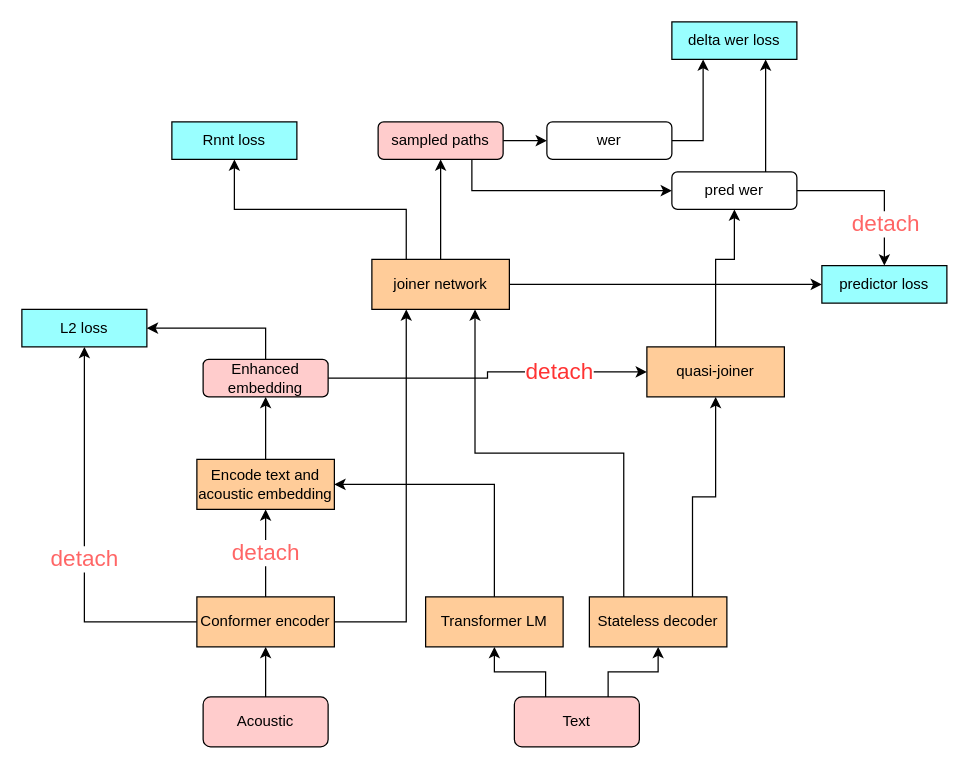
Earlier version of the draw.io diagram work/mbr_structure.drawio (pkufool/drawio). Source tidied: cells renumbered, new cells numbered last; positions are measured from the earlier drawing's top-left corner, leaving out a move shared by most shapes. Both pictures are drawn from the tidied source at 125%, with x=0, y=0 at pixel (21, 21).
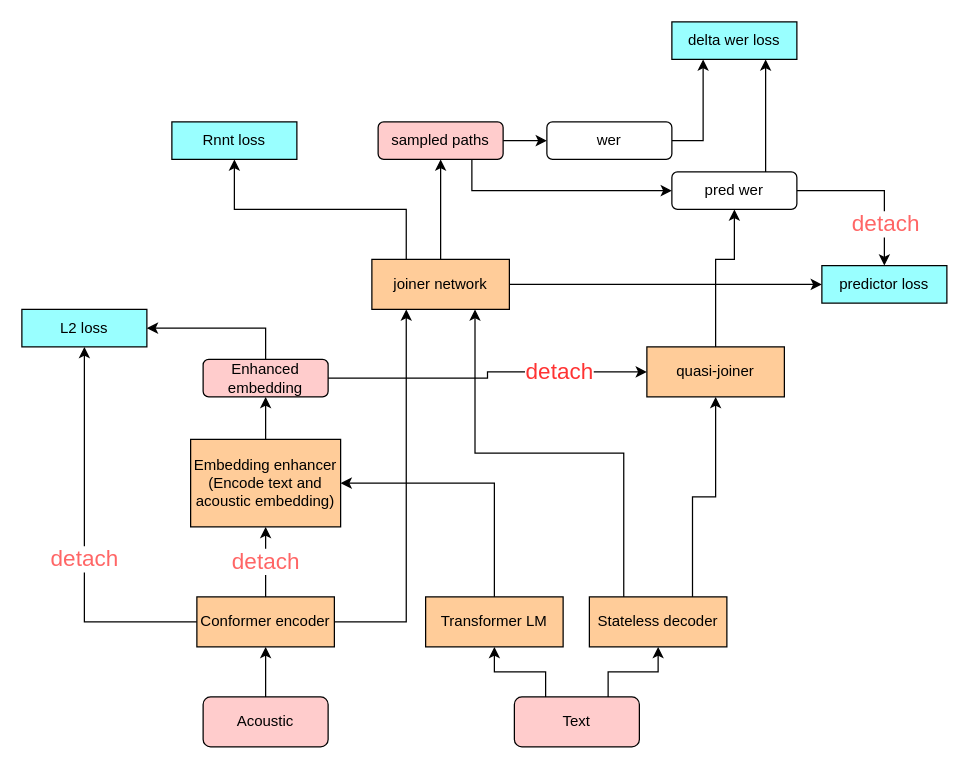
Above is the later version.

What changed in the source:
```diff
@@
-    <mxCell id="18" value="Encode text and acoustic embedding" style="rounded=0;whiteSpace=wrap;html=1;fillColor=#FFCC99;" parent="1" vertex="1">
-      <mxGeometry x="140" y="350" width="110" height="40" as="geometry" />
+    <mxCell id="18" value="Embedding enhancer&lt;br&gt;(Encode text and acoustic embedding)" style="rounded=0;whiteSpace=wrap;html=1;fillColor=#FFCC99;" parent="1" vertex="1">
+      <mxGeometry x="135" y="334" width="120" height="70" as="geometry" />
     </mxCell>
```
